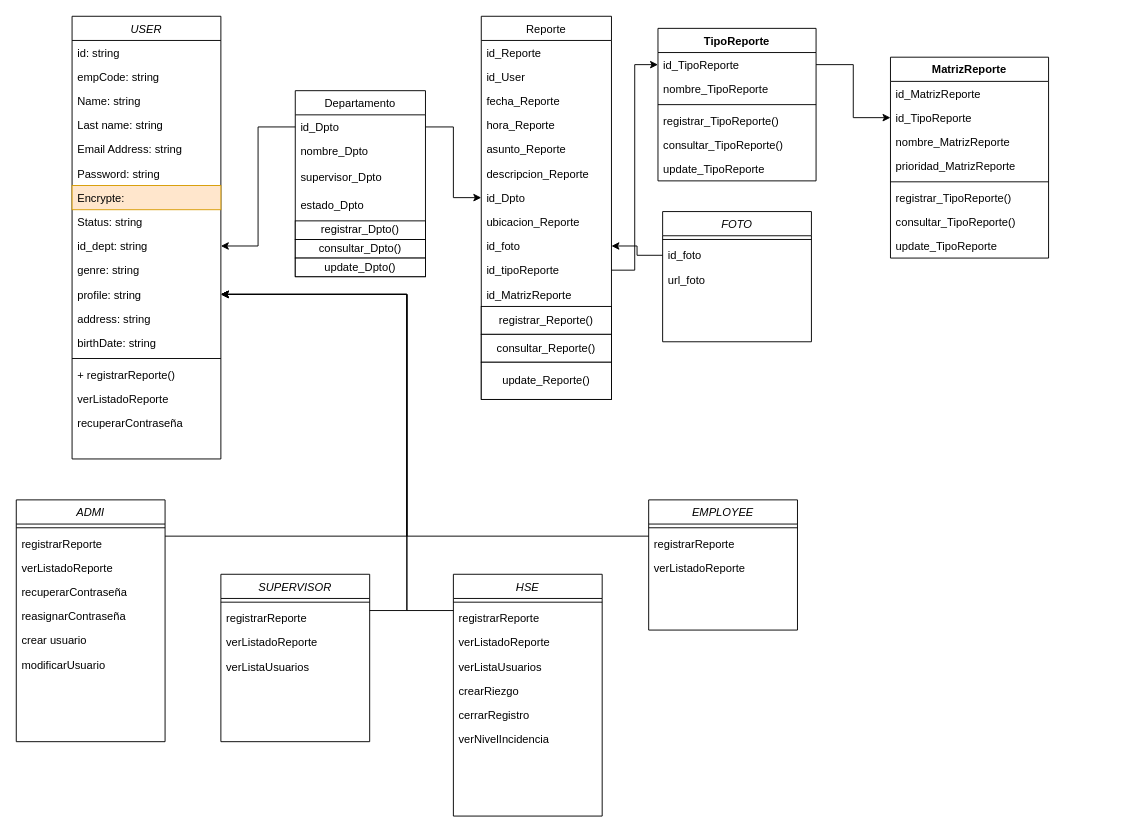
This is page "Version Unificada" (1 of 6) of Untitled Diagram.drawio from dpeter1290/riesgoseincidentesSST, a draw.io file, before an edit. Source tidied: cells renumbered, new cells numbered last; positions are measured from the earlier drawing's top-left corner, leaving out a move shared by most shapes. Both pictures are drawn from the tidied source at 93%, with x=0, y=0 at pixel (16, 16).
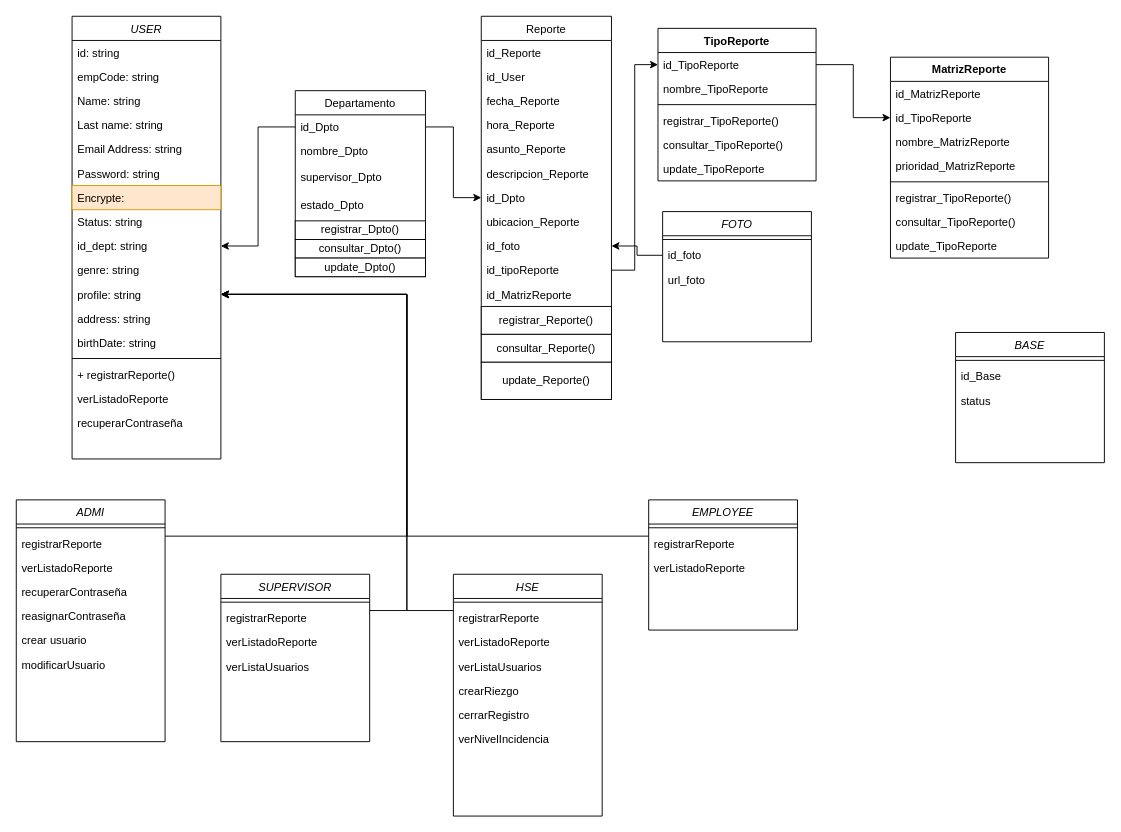
The same page after the edit.

Change to the diagram source:
```diff
@@
+    <mxCell id="97" value="BASE" style="swimlane;fontStyle=2;align=center;verticalAlign=top;horizontal=1;startSize=26;rounded=0;shadow=0;strokeWidth=1;" parent="1" vertex="1">
+      <mxGeometry x="1010" y="340" width="160" height="140" as="geometry" />
+    </mxCell>
+    <mxCell id="98" style="line;html=1;strokeWidth=1;align=left;verticalAlign=middle;spacingTop=-1;spacingLeft=3;spacingRight=3;labelPosition=right;" parent="97" vertex="1">
+      <mxGeometry y="26" width="160" height="8" as="geometry" />
+    </mxCell>
+    <mxCell id="99" value="id_Base" style="text;align=left;verticalAlign=top;spacingLeft=4;spacingRight=4;overflow=hidden;" parent="97" vertex="1">
+      <mxGeometry y="34" width="160" height="26" as="geometry" />
+    </mxCell>
+    <mxCell id="100" value="status" style="text;strokeColor=none;fillColor=none;align=left;verticalAlign=top;spacingLeft=4;spacingRight=4;overflow=hidden;" parent="97" vertex="1">
+      <mxGeometry y="60" width="160" height="26" as="geometry" />
+    </mxCell>
```
